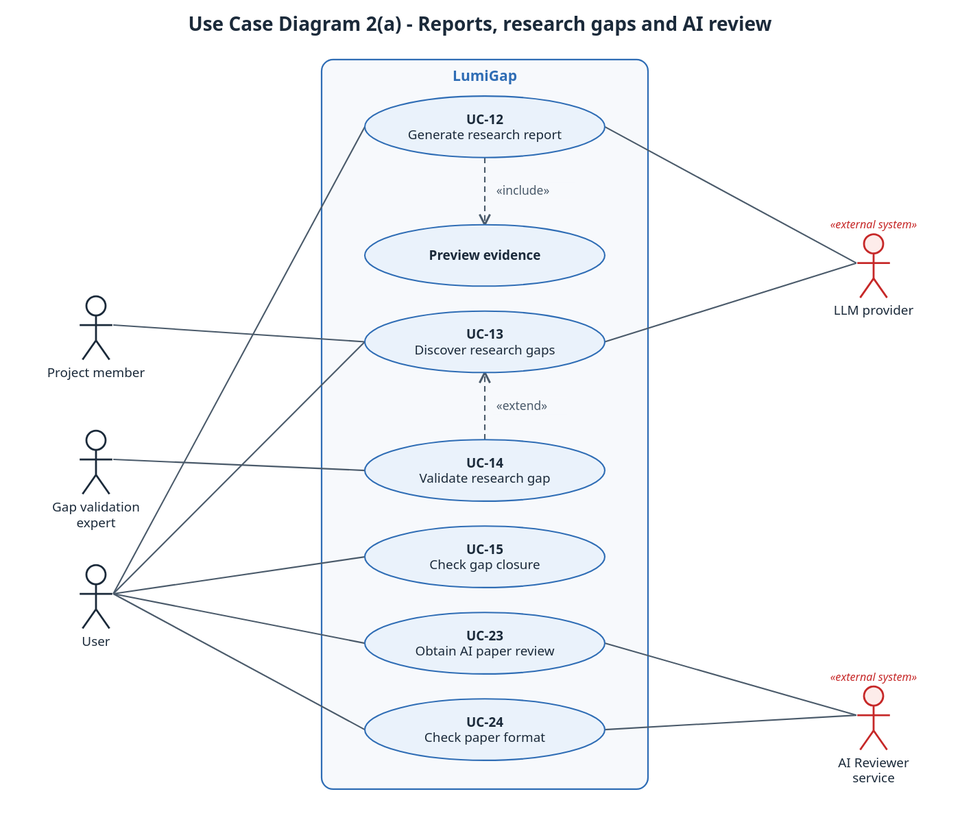
The PlantUML diagram docs/diagrams/report3/R3_UseCase_2a_Reports_Gaps.svg in Khoa-Hoa-Technology-Solution-Company/lumi-gap, before a commit. Its source is kept beside it as docs/diagrams/report3/R3_UseCase_2a_Reports_Gaps.puml. Its diagram source:
```plantuml
@startuml
!pragma layout smetana
skinparam dpi 150
skinparam defaultFontName "Segoe UI"
skinparam defaultFontSize 13
skinparam shadowing false
skinparam roundCorner 10
skinparam ArrowColor #4A5A6A
skinparam ArrowThickness 1.2
skinparam BorderColor #2F6DB5
skinparam BackgroundColor #FFFFFF
skinparam TitleFontSize 16
skinparam TitleFontStyle bold
skinparam usecase {
  BackgroundColor #EAF2FB
  BorderColor #2F6DB5
}
skinparam actor {
  BackgroundColor #FFFFFF
  BorderColor #1B2A3A
}
skinparam entity {
  BackgroundColor #F7FAFD
  BorderColor #2F6DB5
}
skinparam rectangle {
  BackgroundColor #F7F9FC
  BorderColor #2F6DB5
}
skinparam actorStyle awesome
skinparam actor<<System>> {
  BackgroundColor #FDECEA
  BorderColor #C62828
}
left to right direction
title Use Case Diagram 2(a) - Reports, research gaps and AI review
actor "User" as U
actor "Project member" as PM
actor "Gap validation expert" as GE
actor "LLM provider" as LLM <<System>>
actor "AI Reviewer service" as AR <<System>>
rectangle "LumiGap" {
  usecase "UC-12\nGenerate research report" as UC12
  usecase "Preview evidence" as UC12a
  usecase "UC-13\nDiscover research gaps" as UC13
  usecase "UC-14\nValidate research gap" as UC14
  usecase "UC-15\nCheck gap closure" as UC15
  usecase "UC-23\nObtain AI paper review" as UC23
  usecase "UC-24\nCheck paper format" as UC24
}
U -- UC12
U -- UC13
U -- UC15
U -- UC23
U -- UC24
PM -- UC13
GE -- UC14
UC12 -- LLM
UC13 -- LLM
UC23 -- AR
UC24 -- AR
UC12 .> UC12a : <<include>>
UC14 .> UC13 : <<extend>>
@enduml
```
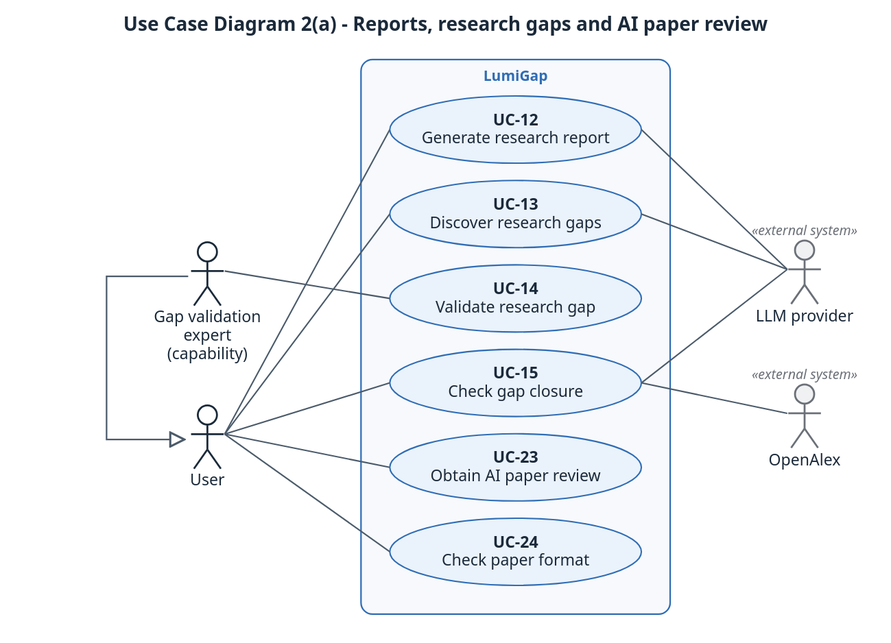
Above is the later version.

The edit, as a diff of the source:
```diff
@@ -28,37 +28,33 @@
   BorderColor #2F6DB5
 }
 skinparam actorStyle awesome
-skinparam actor<<System>> {
-  BackgroundColor #FDECEA
-  BorderColor #C62828
+skinparam actor<<external system>> {
+  BackgroundColor #F0F1F3
+  BorderColor #8A8F98
 }
 left to right direction
-title Use Case Diagram 2(a) - Reports, research gaps and AI review
+title Use Case Diagram 2(a) - Reports, research gaps and AI paper review
 actor "User" as U
-actor "Project member" as PM
-actor "Gap validation expert" as GE
-actor "LLM provider" as LLM <<System>>
-actor "AI Reviewer service" as AR <<System>>
+actor "Gap validation expert\n(capability)" as GE
+actor "LLM provider" as LLM <<external system>>
+actor "OpenAlex" as OA <<external system>>
 rectangle "LumiGap" {
   usecase "UC-12\nGenerate research report" as UC12
-  usecase "Preview evidence" as UC12a
   usecase "UC-13\nDiscover research gaps" as UC13
   usecase "UC-14\nValidate research gap" as UC14
   usecase "UC-15\nCheck gap closure" as UC15
   usecase "UC-23\nObtain AI paper review" as UC23
   usecase "UC-24\nCheck paper format" as UC24
 }
+GE --|> U
 U -- UC12
 U -- UC13
 U -- UC15
 U -- UC23
 U -- UC24
-PM -- UC13
 GE -- UC14
 UC12 -- LLM
 UC13 -- LLM
-UC23 -- AR
-UC24 -- AR
-UC12 .> UC12a : <<include>>
-UC14 .> UC13 : <<extend>>
+UC15 -- OA
+UC15 -- LLM
 @enduml
```
